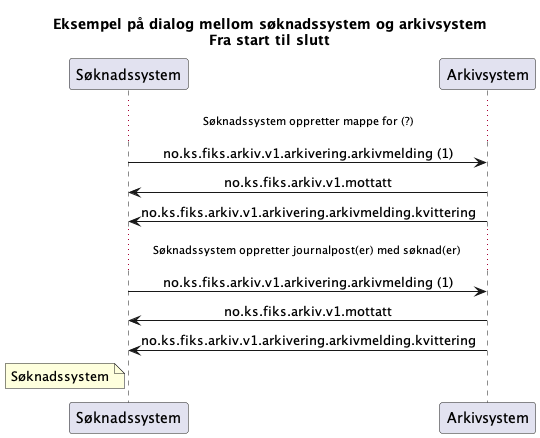
Above: Dokumentasjon/V1/UseCases/Søknadssystem/meldingsutveksling-Eksempel_på_dialog_mellom_søknadssystem_og_arkivsystem__Fra_start_til_slutt.png in ks-no/fiks-arkiv-specification (PlantUML), before the change. Source of this version:
```plantuml
@startuml
skinparam sequenceMessageAlign center

title "Eksempel på dialog mellom søknadssystem og arkivsystem\nFra start til slutt"


participant Søknadssystem as "Søknadssystem"
participant Arkivsystem as "Arkivsystem"

...Søknadssystem oppretter mappe for (?)...
Søknadssystem -> Arkivsystem : no.ks.fiks.arkiv.v1.arkivering.arkivmelding (1)
Søknadssystem <- Arkivsystem : no.ks.fiks.arkiv.v1.mottatt
Søknadssystem <- Arkivsystem : no.ks.fiks.arkiv.v1.arkivering.arkivmelding.kvittering

...Søknadssystem oppretter journalpost(er) med søknad(er) ...
Søknadssystem -> Arkivsystem : no.ks.fiks.arkiv.v1.arkivering.arkivmelding (1)
Søknadssystem <- Arkivsystem : no.ks.fiks.arkiv.v1.mottatt
Søknadssystem <- Arkivsystem : no.ks.fiks.arkiv.v1.arkivering.arkivmelding.kvittering


note left of Søknadssystem
Søknadssystem
end note

@enduml
```
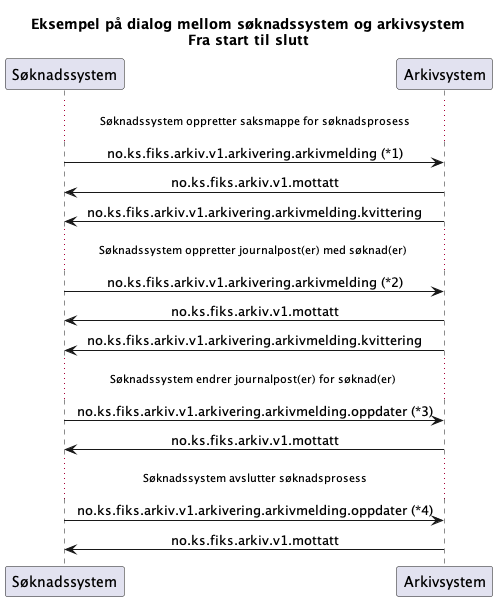
Above is the later version.

Commit message:
Utkast for usecase for søknadssystemer

Change to the diagram source:
```diff
@@ -7,19 +7,24 @@
 participant Søknadssystem as "Søknadssystem"
 participant Arkivsystem as "Arkivsystem"
 
-...Søknadssystem oppretter mappe for (?)...
-Søknadssystem -> Arkivsystem : no.ks.fiks.arkiv.v1.arkivering.arkivmelding (1)
+...Søknadssystem oppretter saksmappe for søknadsprosess...
+Søknadssystem -> Arkivsystem : no.ks.fiks.arkiv.v1.arkivering.arkivmelding (*1)
 Søknadssystem <- Arkivsystem : no.ks.fiks.arkiv.v1.mottatt
 Søknadssystem <- Arkivsystem : no.ks.fiks.arkiv.v1.arkivering.arkivmelding.kvittering
 
 ...Søknadssystem oppretter journalpost(er) med søknad(er) ...
-Søknadssystem -> Arkivsystem : no.ks.fiks.arkiv.v1.arkivering.arkivmelding (1)
+Søknadssystem -> Arkivsystem : no.ks.fiks.arkiv.v1.arkivering.arkivmelding (*2)
 Søknadssystem <- Arkivsystem : no.ks.fiks.arkiv.v1.mottatt
 Søknadssystem <- Arkivsystem : no.ks.fiks.arkiv.v1.arkivering.arkivmelding.kvittering
 
+...Søknadssystem endrer journalpost(er) for søknad(er) ...
+Søknadssystem -> Arkivsystem : no.ks.fiks.arkiv.v1.arkivering.arkivmelding.oppdater (*3)
+Søknadssystem <- Arkivsystem : no.ks.fiks.arkiv.v1.mottatt
 
-note left of Søknadssystem
-Søknadssystem
-end note
+...Søknadssystem avslutter søknadsprosess...
+Søknadssystem -> Arkivsystem : no.ks.fiks.arkiv.v1.arkivering.arkivmelding.oppdater (*4)
+Søknadssystem <- Arkivsystem : no.ks.fiks.arkiv.v1.mottatt
+
+
 
 @enduml
```
